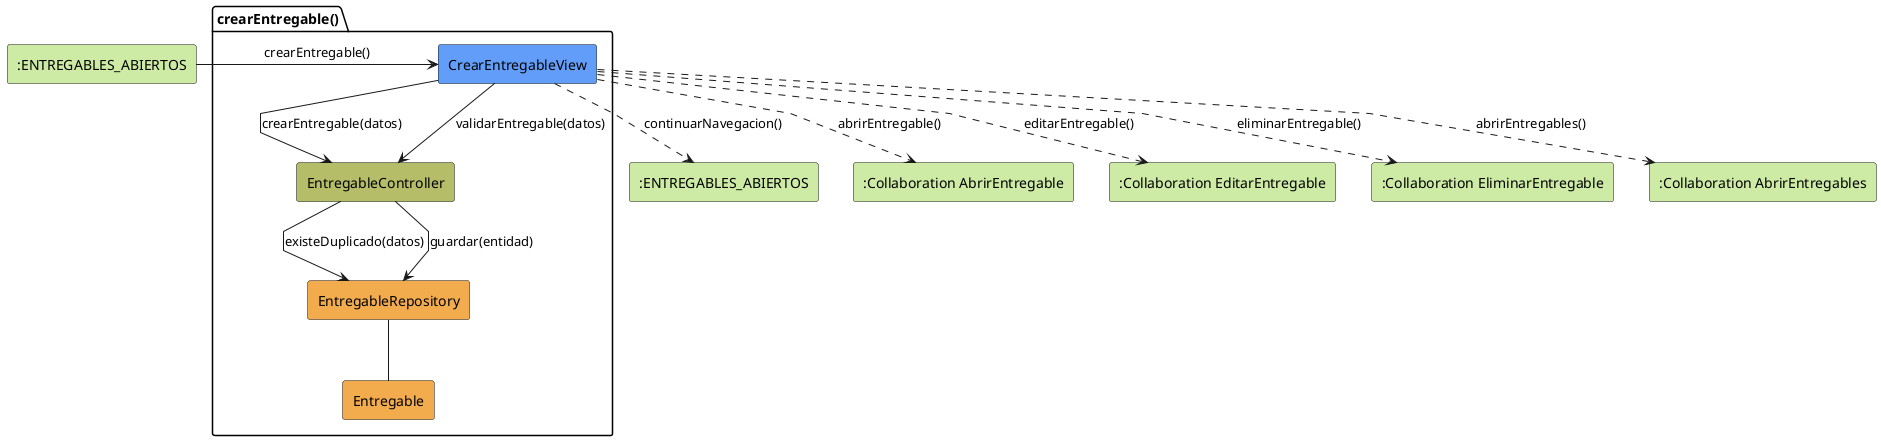
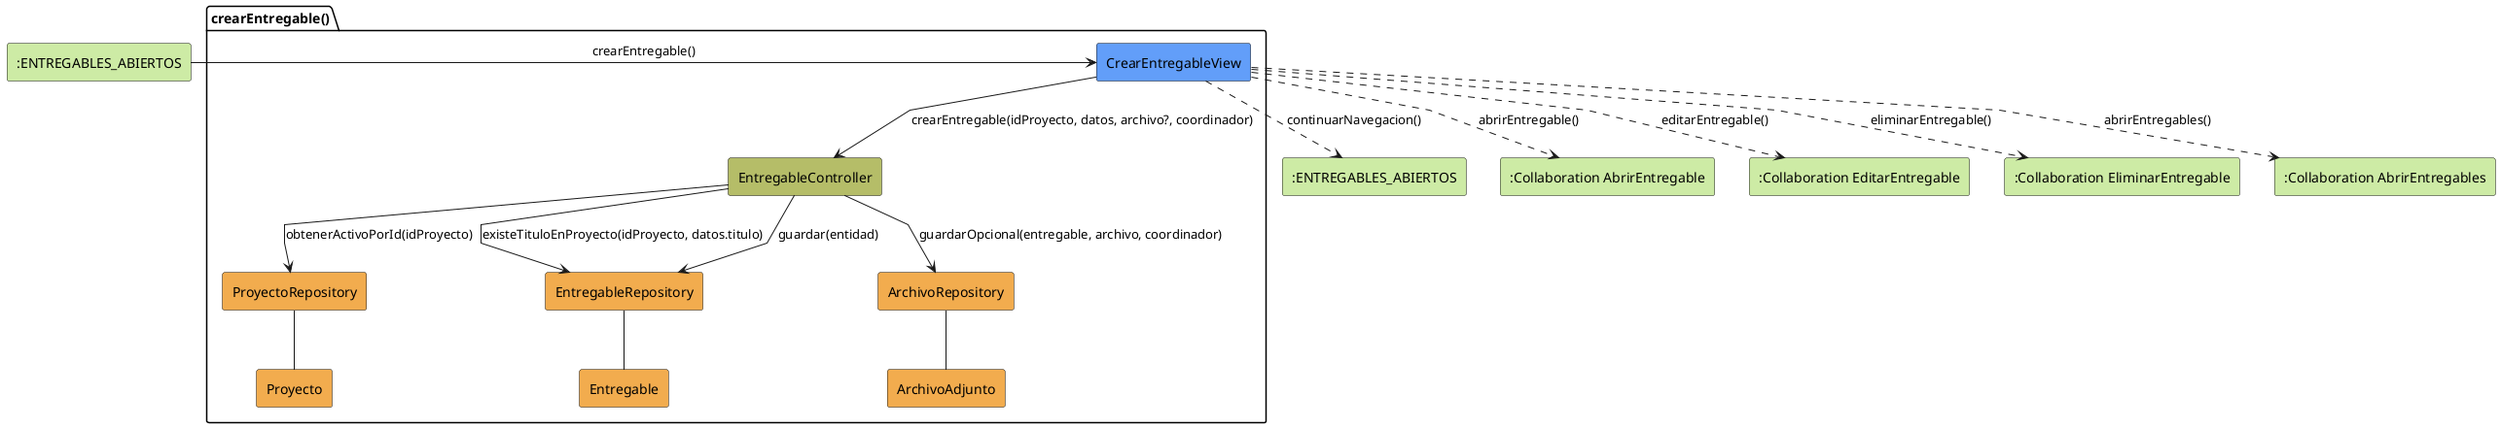
@startuml crearEntregable-analisis
skinparam linetype polyline

rectangle #CDEBA5 ":ENTREGABLES_ABIERTOS" as EstadoEntrada
package crearEntregable as "crearEntregable()" {
    rectangle #629EF9 CrearEntregableView
    rectangle #b5bd68 EntregableController
+     rectangle #F2AC4E ProyectoRepository
    rectangle #F2AC4E EntregableRepository
+     rectangle #F2AC4E ArchivoRepository
+     rectangle #F2AC4E Proyecto
    rectangle #F2AC4E Entregable
+     rectangle #F2AC4E ArchivoAdjunto
}

rectangle #CDEBA5 ":ENTREGABLES_ABIERTOS" as EstadoSalida
rectangle #CDEBA5 ":Collaboration AbrirEntregable" as AbrirEntregable
rectangle #CDEBA5 ":Collaboration EditarEntregable" as EditarEntregable
rectangle #CDEBA5 ":Collaboration EliminarEntregable" as EliminarEntregable
rectangle #CDEBA5 ":Collaboration AbrirEntregables" as AbrirEntregables

EstadoEntrada -r-> CrearEntregableView: crearEntregable()

- CrearEntregableView -d-> EntregableController: crearEntregable(datos)
- CrearEntregableView --> EntregableController: validarEntregable(datos)
- EntregableController --> EntregableRepository: existeDuplicado(datos)
+ CrearEntregableView -d-> EntregableController: crearEntregable(idProyecto, datos, archivo?, coordinador)
+ EntregableController --> ProyectoRepository: obtenerActivoPorId(idProyecto)
+ EntregableController --> EntregableRepository: existeTituloEnProyecto(idProyecto, datos.titulo)
EntregableController --> EntregableRepository: guardar(entidad)
+ EntregableController --> ArchivoRepository: guardarOpcional(entregable, archivo, coordinador)
+ ProyectoRepository -- Proyecto
EntregableRepository -- Entregable
+ ArchivoRepository -- ArchivoAdjunto
CrearEntregableView ..> EstadoSalida: continuarNavegacion()
CrearEntregableView ..> AbrirEntregable: abrirEntregable()
CrearEntregableView ..> EditarEntregable: editarEntregable()
CrearEntregableView ..> EliminarEntregable: eliminarEntregable()
CrearEntregableView ..> AbrirEntregables: abrirEntregables()

@enduml
